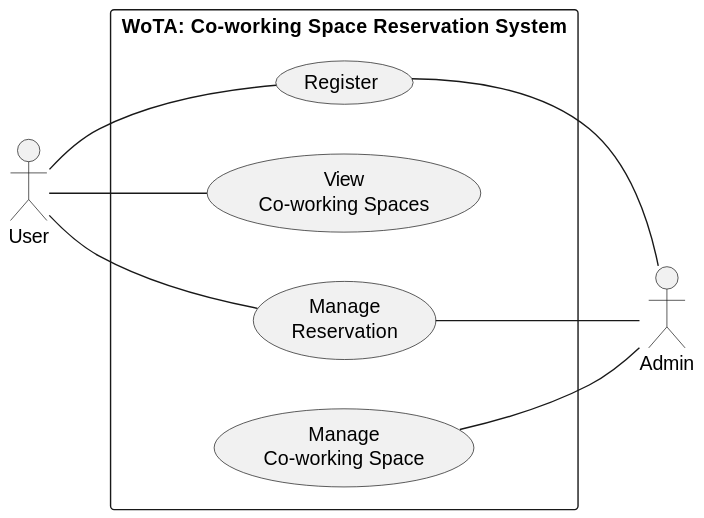
Above: docs/diagrams/WoTA_UseCase.svg in 6870044021/swpracticetermproject (PlantUML), before the change. The source it was exported from:
```plantuml
@startuml
left to right direction
actor "User" as user
rectangle "WoTA: Co-working Space Reservation System" as WoTASystem {
    usecase "Register" as register
    usecase "View\nCo-working Spaces" as viewSpaces
    usecase "Manage\nReservation" as manageReservation
    usecase "Manage\nCo-working Space" as manageSpace
}

user -- register
user -- viewSpaces
user -- manageReservation

actor "Admin" as admin
register -- admin
manageSpace -- admin
manageReservation -- admin
@enduml
```
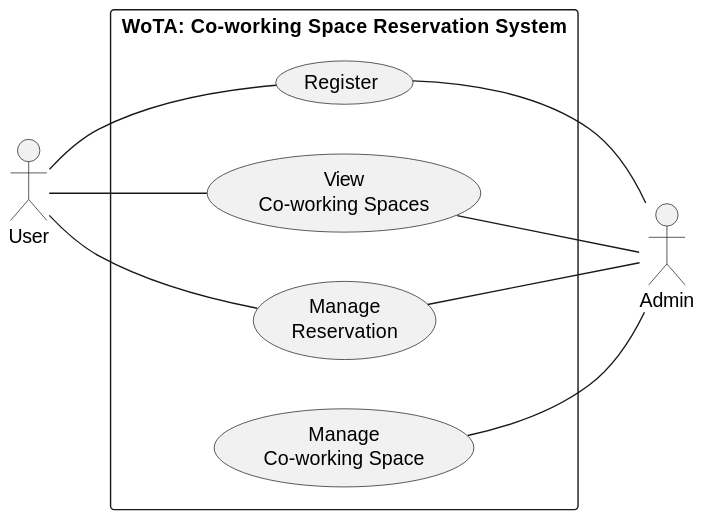
Later version of the same file.

Commit message:
Refined Use Case Diagram part 2

The edit, as a diff of the source:
```diff
@@ -14,6 +14,7 @@
 
 actor "Admin" as admin
 register -- admin
+viewSpaces -- admin
 manageSpace -- admin
 manageReservation -- admin
 @enduml
```
